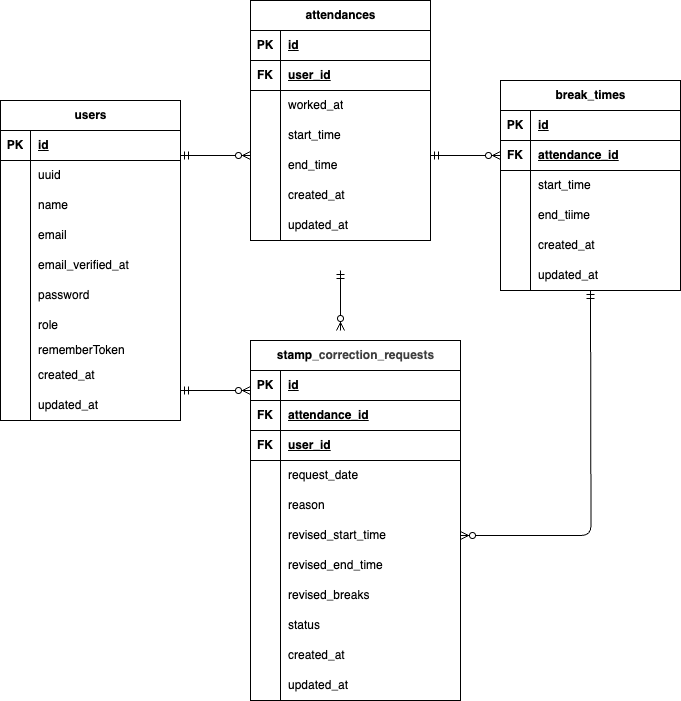
The draw.io diagram ER.png in yoko-bessho/attendance-management, before a commit. Source tidied: cells renumbered, new cells last; positions are measured from the earlier drawing's top-left corner, leaving out a move shared by most shapes.
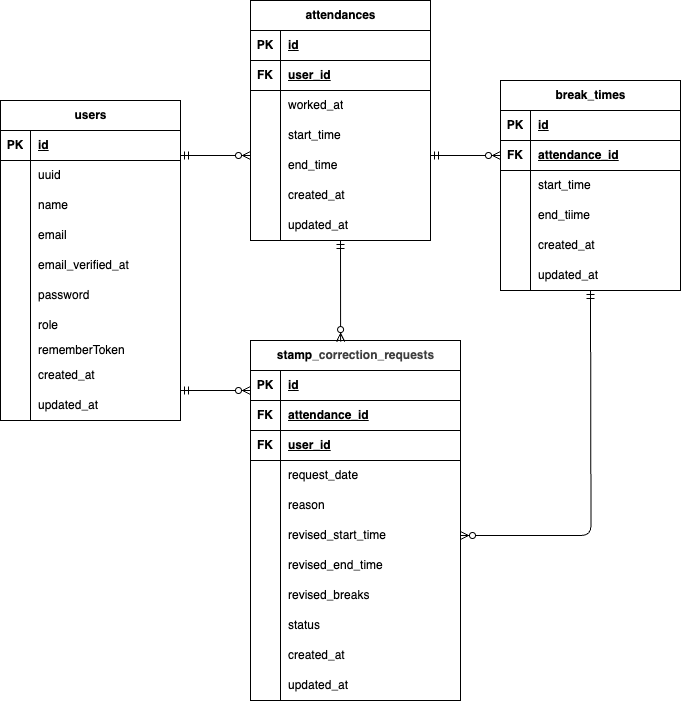
The same file after the commit.

Diff of the diagram source:
```diff
@@ -338,10 +338,9 @@
         <mxPoint x="250" y="390" as="targetPoint" />
       </mxGeometry>
     </mxCell>
-    <mxCell id="111" style="fontSize=12;html=1;endArrow=ERzeroToMany;startArrow=ERmandOne;" parent="1" edge="1">
+    <mxCell id="111" style="fontSize=12;html=1;endArrow=ERzeroToMany;startArrow=ERmandOne;entryX=0.429;entryY=0.003;entryDx=0;entryDy=0;entryPerimeter=0;" parent="1" edge="1" target="2">
       <mxGeometry relative="1" as="geometry">
-        <mxPoint x="340" y="270" as="sourcePoint" />
-        <mxPoint x="340" y="330" as="targetPoint" />
+        <mxPoint x="340" y="240" as="sourcePoint" />
       </mxGeometry>
     </mxCell>
     <mxCell id="112" style="fontSize=12;html=1;endArrow=ERzeroToMany;startArrow=ERmandOne;entryX=1;entryY=0.5;entryDx=0;entryDy=0;edgeStyle=orthogonalEdgeStyle;" parent="1" edge="1" target="18">
```
